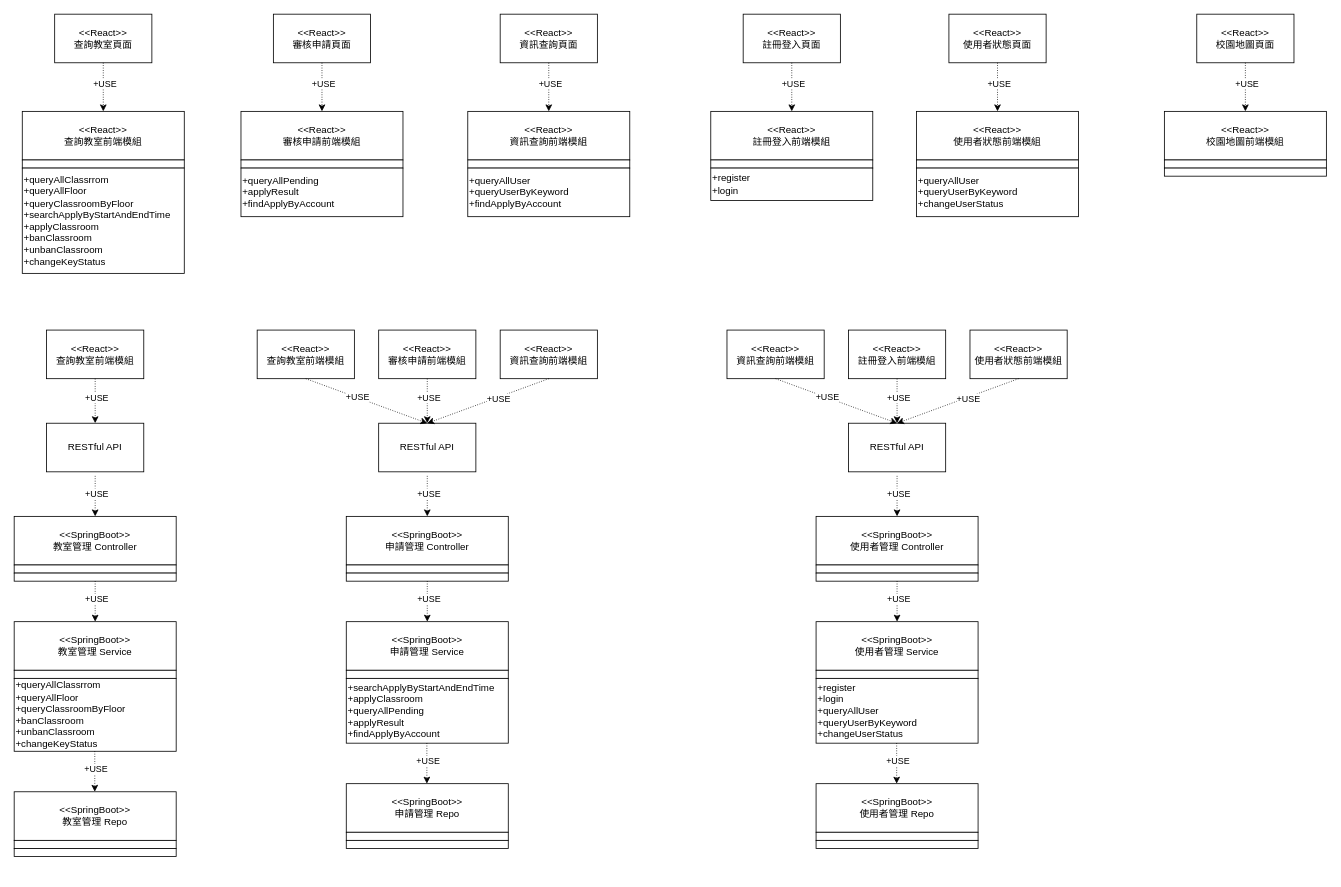
Above: Report/word/SDD/內容/CodeDiagram.drawio in PeiJeSsu/Classroom-Reservation (draw.io), before the change. Source tidied: cells renumbered, new cells numbered last; positions are measured from the earlier drawing's top-left corner, leaving out a move shared by most shapes. Both pictures are drawn from the tidied source at 81%, with x=0, y=0 at pixel (14, 14).
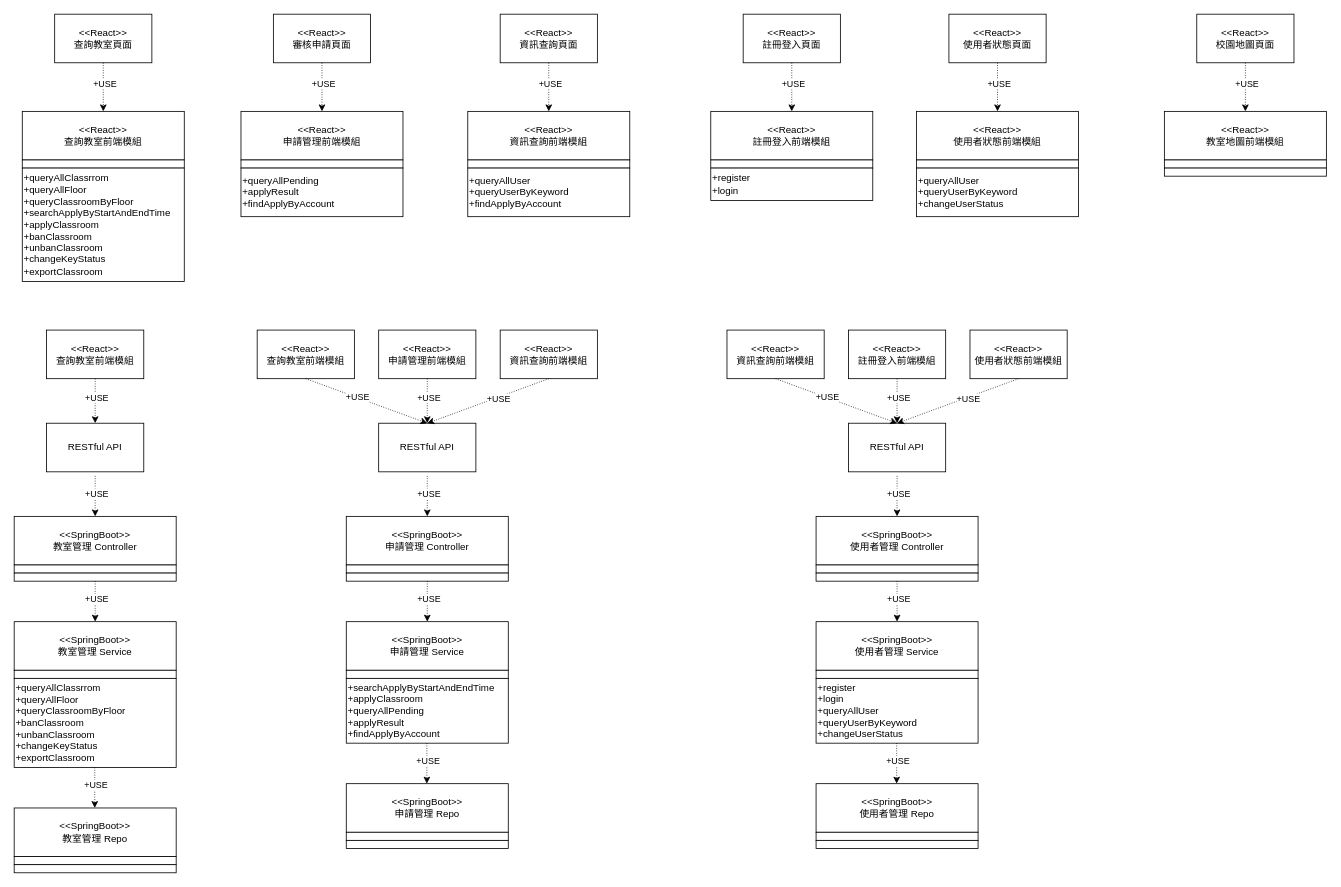
The same page after the edit.

Commit message (it also covers changes not shown here):
Refine Diagram

What changed in the source:
```diff
@@
-    <mxCell id="17" value="+queryAllClassrrom&lt;div&gt;+queryAllFloor&lt;/div&gt;&lt;div&gt;+queryClassroomByFloor&lt;/div&gt;&lt;div&gt;+searchApplyByStartAndEndTime&lt;/div&gt;&lt;div&gt;+applyClassroom&lt;/div&gt;&lt;div&gt;+banClassroom&lt;/div&gt;&lt;div&gt;+unbanClassroom&lt;/div&gt;&lt;div&gt;+changeKeyStatus&lt;/div&gt;" style="rounded=0;whiteSpace=wrap;html=1;align=left;" parent="1" vertex="1">
-      <mxGeometry x="10" y="190" width="200" height="130" as="geometry" />
+    <mxCell id="17" value="+queryAllClassrrom&lt;div&gt;+queryAllFloor&lt;/div&gt;&lt;div&gt;+queryClassroomByFloor&lt;/div&gt;&lt;div&gt;+searchApplyByStartAndEndTime&lt;/div&gt;&lt;div&gt;+applyClassroom&lt;/div&gt;&lt;div&gt;+banClassroom&lt;/div&gt;&lt;div&gt;+unbanClassroom&lt;/div&gt;&lt;div&gt;+changeKeyStatus&lt;/div&gt;&lt;div&gt;+exportClassroom&lt;/div&gt;" style="rounded=0;whiteSpace=wrap;html=1;align=left;" parent="1" vertex="1">
+      <mxGeometry x="10" y="190" width="200" height="140" as="geometry" />
     </mxCell>
@@
-    <mxCell id="21" value="&amp;lt;&amp;lt;React&amp;gt;&amp;gt;&lt;div&gt;審核申請前端模組&lt;/div&gt;" style="rounded=0;whiteSpace=wrap;html=1;" parent="1" vertex="1">
+    <mxCell id="21" value="&amp;lt;&amp;lt;React&amp;gt;&amp;gt;&lt;div&gt;申請管理前端模組&lt;/div&gt;" style="rounded=0;whiteSpace=wrap;html=1;" parent="1" vertex="1">
       <mxGeometry x="280" y="120" width="200" height="60" as="geometry" />
     </mxCell>
@@
-    <mxCell id="33" value="&amp;lt;&amp;lt;React&amp;gt;&amp;gt;&lt;div&gt;校園地圖前端模組&lt;/div&gt;" style="rounded=0;whiteSpace=wrap;html=1;" parent="1" vertex="1">
+    <mxCell id="33" value="&amp;lt;&amp;lt;React&amp;gt;&amp;gt;&lt;div&gt;教室地圖前端模組&lt;/div&gt;" style="rounded=0;whiteSpace=wrap;html=1;" parent="1" vertex="1">
       <mxGeometry x="1420" y="120" width="200" height="60" as="geometry" />
     </mxCell>
@@
-    <mxCell id="66" value="+queryAllClassrrom&lt;div&gt;+queryAllFloor&lt;/div&gt;&lt;div&gt;+queryClassroomByFloor&lt;/div&gt;&lt;div&gt;+banClassroom&lt;/div&gt;&lt;div&gt;+unbanClassroom&lt;/div&gt;&lt;div&gt;+changeKeyStatus&lt;/div&gt;" style="rounded=0;whiteSpace=wrap;html=1;align=left;" parent="1" vertex="1">
-      <mxGeometry y="820" width="200" height="90" as="geometry" />
+    <mxCell id="66" value="+queryAllClassrrom&lt;div&gt;+queryAllFloor&lt;/div&gt;&lt;div&gt;+queryClassroomByFloor&lt;/div&gt;&lt;div&gt;+banClassroom&lt;/div&gt;&lt;div&gt;+unbanClassroom&lt;/div&gt;&lt;div&gt;+changeKeyStatus&lt;/div&gt;&lt;div&gt;+exportClassroom&lt;/div&gt;" style="rounded=0;whiteSpace=wrap;html=1;align=left;" parent="1" vertex="1">
+      <mxGeometry y="820" width="200" height="110" as="geometry" />
     </mxCell>
@@
     <mxCell id="77" value="&amp;lt;&amp;lt;SpringBoot&amp;gt;&amp;gt;&lt;div&gt;教室管理 Repo&lt;/div&gt;" style="rounded=0;whiteSpace=wrap;html=1;" parent="1" vertex="1">
-      <mxGeometry y="960" width="200" height="60" as="geometry" />
+      <mxGeometry y="980" width="200" height="60" as="geometry" />
     </mxCell>
     <mxCell id="78" style="rounded=0;whiteSpace=wrap;html=1;" parent="1" vertex="1">
-      <mxGeometry y="1020" width="200" height="10" as="geometry" />
+      <mxGeometry y="1040" width="200" height="10" as="geometry" />
     </mxCell>
     <mxCell id="79" style="rounded=0;whiteSpace=wrap;html=1;align=left;" parent="1" vertex="1">
-      <mxGeometry y="1030" width="200" height="10" as="geometry" />
+      <mxGeometry y="1050" width="200" height="10" as="geometry" />
     </mxCell>
     <mxCell id="80" style="endArrow=classic;html=1;rounded=0;entryX=0.5;entryY=0;entryDx=0;entryDy=0;dashed=1;dashPattern=1 2;exitX=0.5;exitY=1;exitDx=0;exitDy=0;" parent="1" edge="1">
       <mxGeometry relative="1" as="geometry">
-        <mxPoint x="99.5" y="910" as="sourcePoint" />
-        <mxPoint x="99.5" y="960" as="targetPoint" />
+        <mxPoint x="99.5" y="930" as="sourcePoint" />
+        <mxPoint x="99.5" y="980" as="targetPoint" />
       </mxGeometry>
     </mxCell>
@@
-    <mxCell id="82" value="&amp;lt;&amp;lt;React&amp;gt;&amp;gt;&lt;div&gt;審核申請前端模組&lt;/div&gt;" style="rounded=0;whiteSpace=wrap;html=1;" parent="1" vertex="1">
+    <mxCell id="82" value="&amp;lt;&amp;lt;React&amp;gt;&amp;gt;&lt;div&gt;申請管理前端模組&lt;/div&gt;" style="rounded=0;whiteSpace=wrap;html=1;" parent="1" vertex="1">
       <mxGeometry x="450" y="390" width="120" height="60" as="geometry" />
     </mxCell>
```
